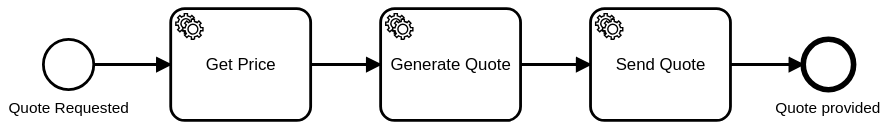
This is packages/templates-external/resources/diagram.svg from pinussilvestrus/rpa-prototypes, a BPMN export, as it was before one commit. Its source is kept beside it as packages/templates-external/resources/diagram.bpmn. Ids are renumbered.
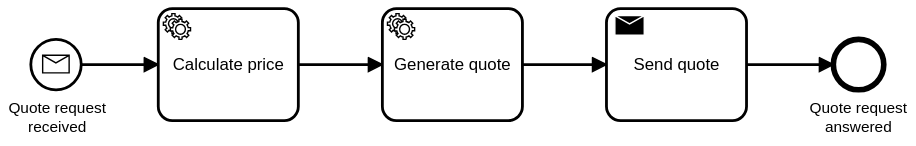
After the change.

Commit message:
chore(templates-external/resources): update test diagram

The edit, as a diff of the source:
```diff
@@ -1,66 +1,67 @@
-<bpmn:definitions xmlns:bpmn="http://www.omg.org/spec/BPMN/20100524/MODEL" xmlns:bpmndi="http://www.omg.org/spec/BPMN/20100524/DI" xmlns:dc="http://www.omg.org/spec/DD/20100524/DC" xmlns:di="http://www.omg.org/spec/DD/20100524/DI" id="Definitions_n1" targetNamespace="http://bpmn.io/schema/bpmn" exporter="Camunda Modeler" exporterVersion="4.0.0-alpha.3">
-  <bpmn:process id="Process_n2" isExecutable="true">
-    <bpmn:startEvent id="StartEvent_1" name="Quote Requested">
-      <bpmn:outgoing>Flow_n3</bpmn:outgoing>
+<bpmn:definitions xmlns:bpmn="http://www.omg.org/spec/BPMN/20100524/MODEL" xmlns:bpmndi="http://www.omg.org/spec/BPMN/20100524/DI" xmlns:dc="http://www.omg.org/spec/DD/20100524/DC" xmlns:di="http://www.omg.org/spec/DD/20100524/DI" id="Definitions_n8" targetNamespace="http://bpmn.io/schema/bpmn" exporter="Camunda Modeler" exporterVersion="4.0.0-alpha.3">
+  <bpmn:process id="Process_n9" isExecutable="true">
+    <bpmn:sequenceFlow id="Flow_n10" sourceRef="StartEvent_1" targetRef="Activity_n11" />
+    <bpmn:sequenceFlow id="Flow_n12" sourceRef="Activity_n11" targetRef="Activity_n13" />
+    <bpmn:sequenceFlow id="Flow_n14" sourceRef="Activity_n13" targetRef="Activity_n15" />
+    <bpmn:endEvent id="Event_n16" name="Quote request answered">
+      <bpmn:incoming>Flow_n17</bpmn:incoming>
+    </bpmn:endEvent>
+    <bpmn:sequenceFlow id="Flow_n17" sourceRef="Activity_n15" targetRef="Event_n16" />
+    <bpmn:startEvent id="StartEvent_1" name="Quote request received">
+      <bpmn:outgoing>Flow_n10</bpmn:outgoing>
+      <bpmn:messageEventDefinition id="MessageEventDefinition_n18" />
     </bpmn:startEvent>
-    <bpmn:endEvent id="Event_n4" name="Quote provided">
-      <bpmn:incoming>Flow_n5</bpmn:incoming>
-    </bpmn:endEvent>
-    <bpmn:serviceTask id="ServiceTask_1" name="Get Price">
-      <bpmn:incoming>Flow_n3</bpmn:incoming>
-      <bpmn:outgoing>Flow_n6</bpmn:outgoing>
+    <bpmn:sendTask id="Activity_n15" name="Send quote">
+      <bpmn:incoming>Flow_n14</bpmn:incoming>
+      <bpmn:outgoing>Flow_n17</bpmn:outgoing>
+    </bpmn:sendTask>
+    <bpmn:serviceTask id="Activity_n13" name="Generate quote">
+      <bpmn:incoming>Flow_n12</bpmn:incoming>
+      <bpmn:outgoing>Flow_n14</bpmn:outgoing>
     </bpmn:serviceTask>
-    <bpmn:serviceTask id="ServiceTask_2" name="Generate Quote">
-      <bpmn:incoming>Flow_n6</bpmn:incoming>
-      <bpmn:outgoing>Flow_n7</bpmn:outgoing>
+    <bpmn:serviceTask id="Activity_n11" name="Calculate price">
+      <bpmn:incoming>Flow_n10</bpmn:incoming>
+      <bpmn:outgoing>Flow_n12</bpmn:outgoing>
     </bpmn:serviceTask>
-    <bpmn:sequenceFlow id="Flow_n7" sourceRef="ServiceTask_2" targetRef="ServiceTask_3" />
-    <bpmn:serviceTask id="ServiceTask_3" name="Send Quote">
-      <bpmn:incoming>Flow_n7</bpmn:incoming>
-      <bpmn:outgoing>Flow_n5</bpmn:outgoing>
-    </bpmn:serviceTask>
-    <bpmn:sequenceFlow id="Flow_n5" sourceRef="ServiceTask_3" targetRef="Event_n4" />
-    <bpmn:sequenceFlow id="Flow_n3" sourceRef="StartEvent_1" targetRef="ServiceTask_1" />
-    <bpmn:sequenceFlow id="Flow_n6" sourceRef="ServiceTask_1" targetRef="ServiceTask_2" />
   </bpmn:process>
   <bpmndi:BPMNDiagram id="BPMNDiagram_1">
-    <bpmndi:BPMNPlane id="BPMNPlane_1" bpmnElement="Process_n2">
-      <bpmndi:BPMNEdge id="Flow_n7_di" bpmnElement="Flow_n7">
-        <di:waypoint x="520" y="117" />
-        <di:waypoint x="570" y="117" />
+    <bpmndi:BPMNPlane id="BPMNPlane_1" bpmnElement="Process_n9">
+      <bpmndi:BPMNEdge id="Flow_n17_di" bpmnElement="Flow_n17">
+        <di:waypoint x="690" y="257" />
+        <di:waypoint x="752" y="257" />
       </bpmndi:BPMNEdge>
-      <bpmndi:BPMNEdge id="Flow_n5_di" bpmnElement="Flow_n5">
-        <di:waypoint x="670" y="117" />
-        <di:waypoint x="722" y="117" />
+      <bpmndi:BPMNEdge id="Flow_n14_di" bpmnElement="Flow_n14">
+        <di:waypoint x="530" y="257" />
+        <di:waypoint x="590" y="257" />
       </bpmndi:BPMNEdge>
-      <bpmndi:BPMNEdge id="Flow_n3_di" bpmnElement="Flow_n3">
-        <di:waypoint x="215" y="117" />
-        <di:waypoint x="270" y="117" />
+      <bpmndi:BPMNEdge id="Flow_n12_di" bpmnElement="Flow_n12">
+        <di:waypoint x="370" y="257" />
+        <di:waypoint x="430" y="257" />
       </bpmndi:BPMNEdge>
-      <bpmndi:BPMNEdge id="Flow_n6_di" bpmnElement="Flow_n6">
-        <di:waypoint x="370" y="117" />
-        <di:waypoint x="420" y="117" />
+      <bpmndi:BPMNEdge id="Flow_n10_di" bpmnElement="Flow_n10">
+        <di:waypoint x="215" y="257" />
+        <di:waypoint x="270" y="257" />
       </bpmndi:BPMNEdge>
-      <bpmndi:BPMNShape id="_BPMNShape_StartEvent_2" bpmnElement="StartEvent_1">
-        <dc:Bounds x="179" y="99" width="36" height="36" />
+      <bpmndi:BPMNShape id="Event_n16_di" bpmnElement="Event_n16">
+        <dc:Bounds x="752" y="239" width="36" height="36" />
         <bpmndi:BPMNLabel>
-          <dc:Bounds x="154" y="142" width="87" height="14" />
+          <dc:Bounds x="735" y="282" width="70" height="27" />
         </bpmndi:BPMNLabel>
       </bpmndi:BPMNShape>
-      <bpmndi:BPMNShape id="Activity_06l2ldl_di" bpmnElement="ServiceTask_1">
-        <dc:Bounds x="270" y="77" width="100" height="80" />
+      <bpmndi:BPMNShape id="Event_0k00yjs_di" bpmnElement="StartEvent_1">
+        <dc:Bounds x="179" y="239" width="36" height="36" />
+        <bpmndi:BPMNLabel>
+          <dc:Bounds x="163" y="282" width="70" height="27" />
+        </bpmndi:BPMNLabel>
       </bpmndi:BPMNShape>
-      <bpmndi:BPMNShape id="Activity_0pjy2d9_di" bpmnElement="ServiceTask_2">
-        <dc:Bounds x="420" y="77" width="100" height="80" />
+      <bpmndi:BPMNShape id="Activity_1k1xpog_di" bpmnElement="Activity_n15">
+        <dc:Bounds x="590" y="217" width="100" height="80" />
       </bpmndi:BPMNShape>
-      <bpmndi:BPMNShape id="Activity_1rwdq20_di" bpmnElement="ServiceTask_3">
-        <dc:Bounds x="570" y="77" width="100" height="80" />
+      <bpmndi:BPMNShape id="Activity_04xalcv_di" bpmnElement="Activity_n13">
+        <dc:Bounds x="430" y="217" width="100" height="80" />
       </bpmndi:BPMNShape>
-      <bpmndi:BPMNShape id="Event_n4_di" bpmnElement="Event_n4">
-        <dc:Bounds x="722" y="99" width="36" height="36" />
-        <bpmndi:BPMNLabel>
-          <dc:Bounds x="702" y="142" width="76" height="14" />
-        </bpmndi:BPMNLabel>
+      <bpmndi:BPMNShape id="Activity_0fmt8cr_di" bpmnElement="Activity_n11">
+        <dc:Bounds x="270" y="217" width="100" height="80" />
       </bpmndi:BPMNShape>
     </bpmndi:BPMNPlane>
   </bpmndi:BPMNDiagram>
```
